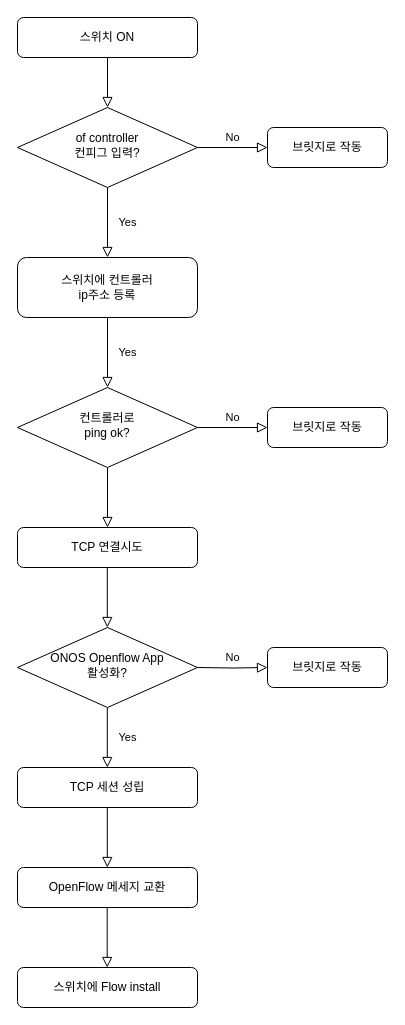
gameLoading/blank__- keeps this draw.io diagram as page "순서도" (1 of 2) of Settings.drawio. Above is the earlier version. Source tidied: cells renumbered, new cells numbered last; positions are measured from the earlier drawing's top-left corner, leaving out a move shared by most shapes. Both pictures are drawn from the tidied source at 100%, with x=0, y=0 at pixel (17, 17).
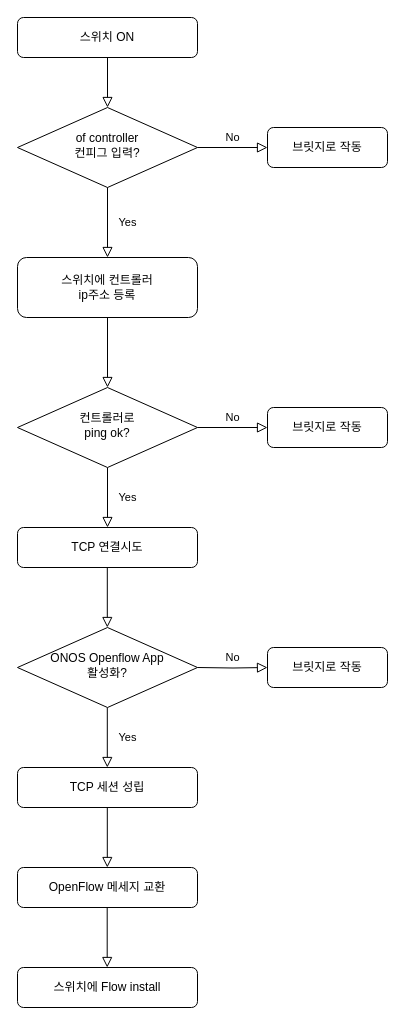
After the change.

Unchanged cells that the change refers to:
```xml
<mxCell id="10" value="컨트롤러로&lt;br&gt;ping ok?" style="rhombus;whiteSpace=wrap;html=1;shadow=0;fontFamily=Helvetica;fontSize=12;align=center;strokeWidth=1;spacing=6;spacingTop=-4;" parent="1" vertex="1">
  <mxGeometry y="370" width="180" height="80" as="geometry" />
</mxCell>
<mxCell id="11" value="TCP 연결시도" style="rounded=1;whiteSpace=wrap;html=1;fontSize=12;glass=0;strokeWidth=1;shadow=0;" parent="1" vertex="1">
  <mxGeometry y="510" width="180" height="40" as="geometry" />
</mxCell>
<mxCell id="13" value="스위치에 컨트롤러 &lt;br&gt;ip주소 등록" style="rounded=1;whiteSpace=wrap;html=1;fontSize=12;glass=0;strokeWidth=1;shadow=0;" parent="1" vertex="1">
  <mxGeometry y="240" width="180" height="60" as="geometry" />
</mxCell>
```

What changed in the source:
```diff
@@
-    <mxCell id="4" value="Yes" style="rounded=0;html=1;jettySize=auto;fontSize=11;endArrow=block;endFill=0;endSize=8;strokeWidth=1;shadow=0;labelBackgroundColor=none;edgeStyle=orthogonalEdgeStyle;" parent="1" edge="1" source="13" target="10">
+    <mxCell id="4" style="rounded=0;html=1;jettySize=auto;fontSize=11;endArrow=block;endFill=0;endSize=8;strokeWidth=1;shadow=0;labelBackgroundColor=none;edgeStyle=orthogonalEdgeStyle;" parent="1" edge="1" source="13" target="10">
       <mxGeometry y="20" relative="1" as="geometry" />
     </mxCell>
@@
-    <mxCell id="8" style="rounded=0;html=1;jettySize=auto;fontSize=11;endArrow=block;endFill=0;endSize=8;strokeWidth=1;shadow=0;labelBackgroundColor=none;edgeStyle=orthogonalEdgeStyle;" parent="1" edge="1" source="10" target="11">
+    <mxCell id="8" value="Yes" style="rounded=0;html=1;jettySize=auto;fontSize=11;endArrow=block;endFill=0;endSize=8;strokeWidth=1;shadow=0;labelBackgroundColor=none;edgeStyle=orthogonalEdgeStyle;" parent="1" edge="1" source="10" target="11">
       <mxGeometry y="20" relative="1" as="geometry" />
     </mxCell>
```
